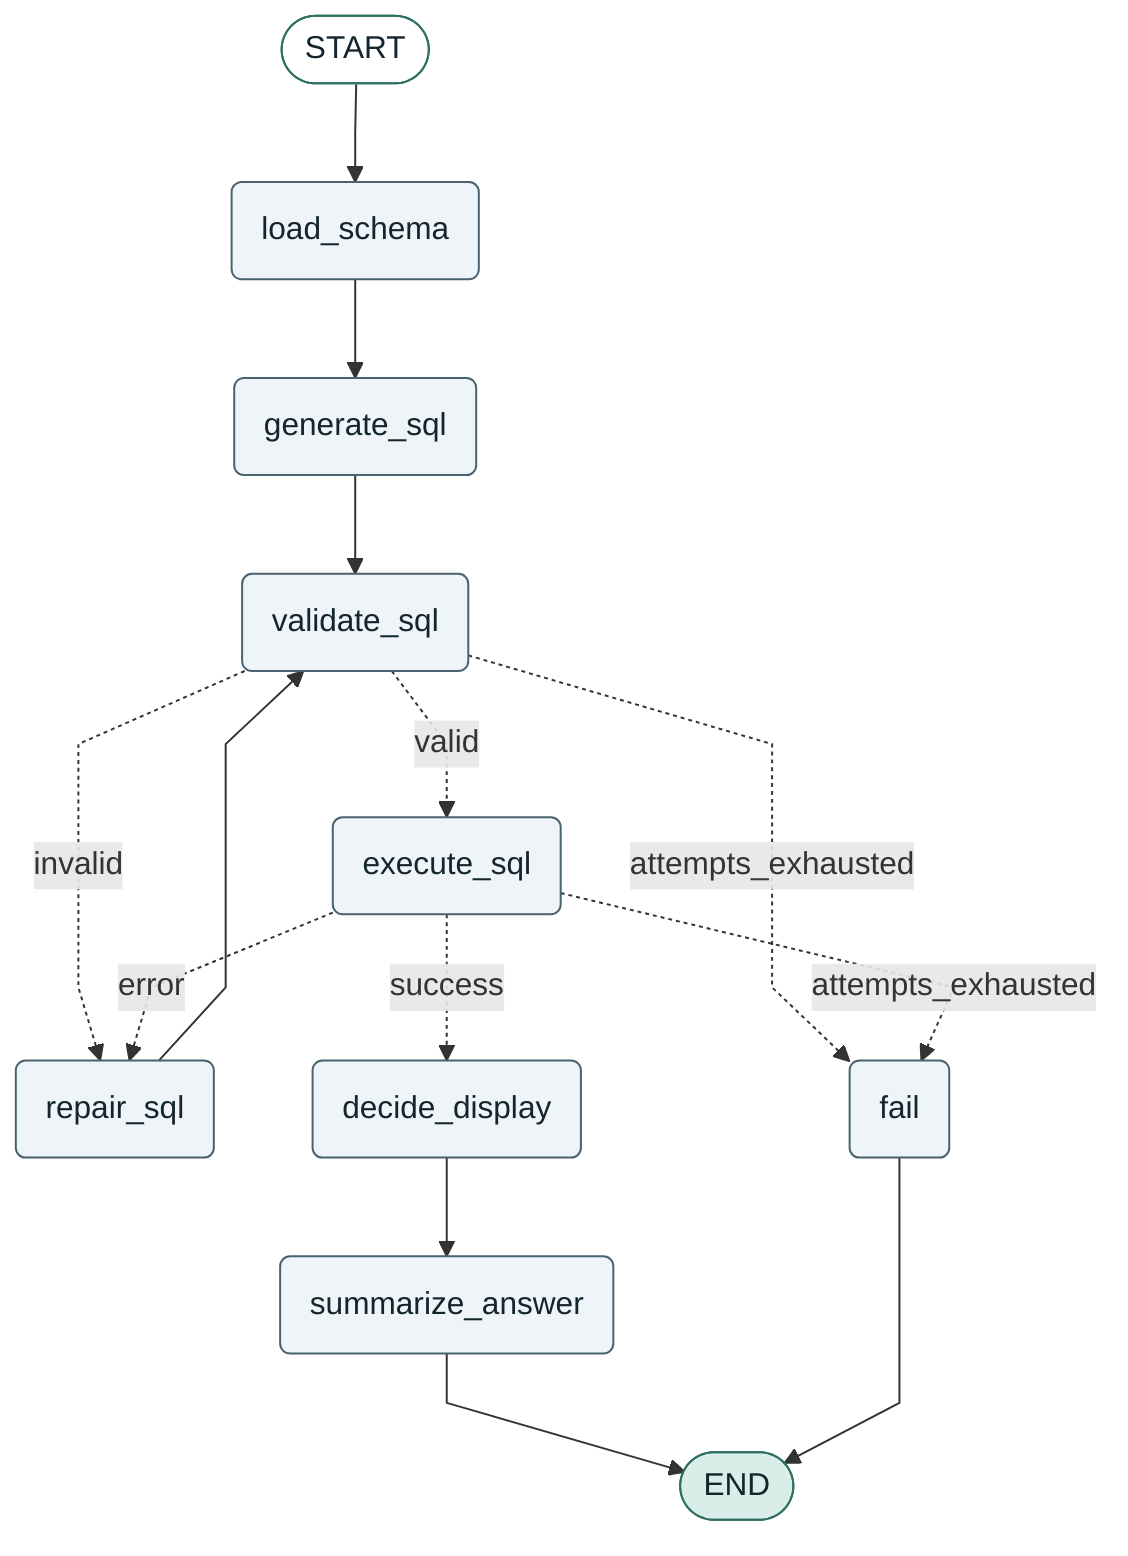
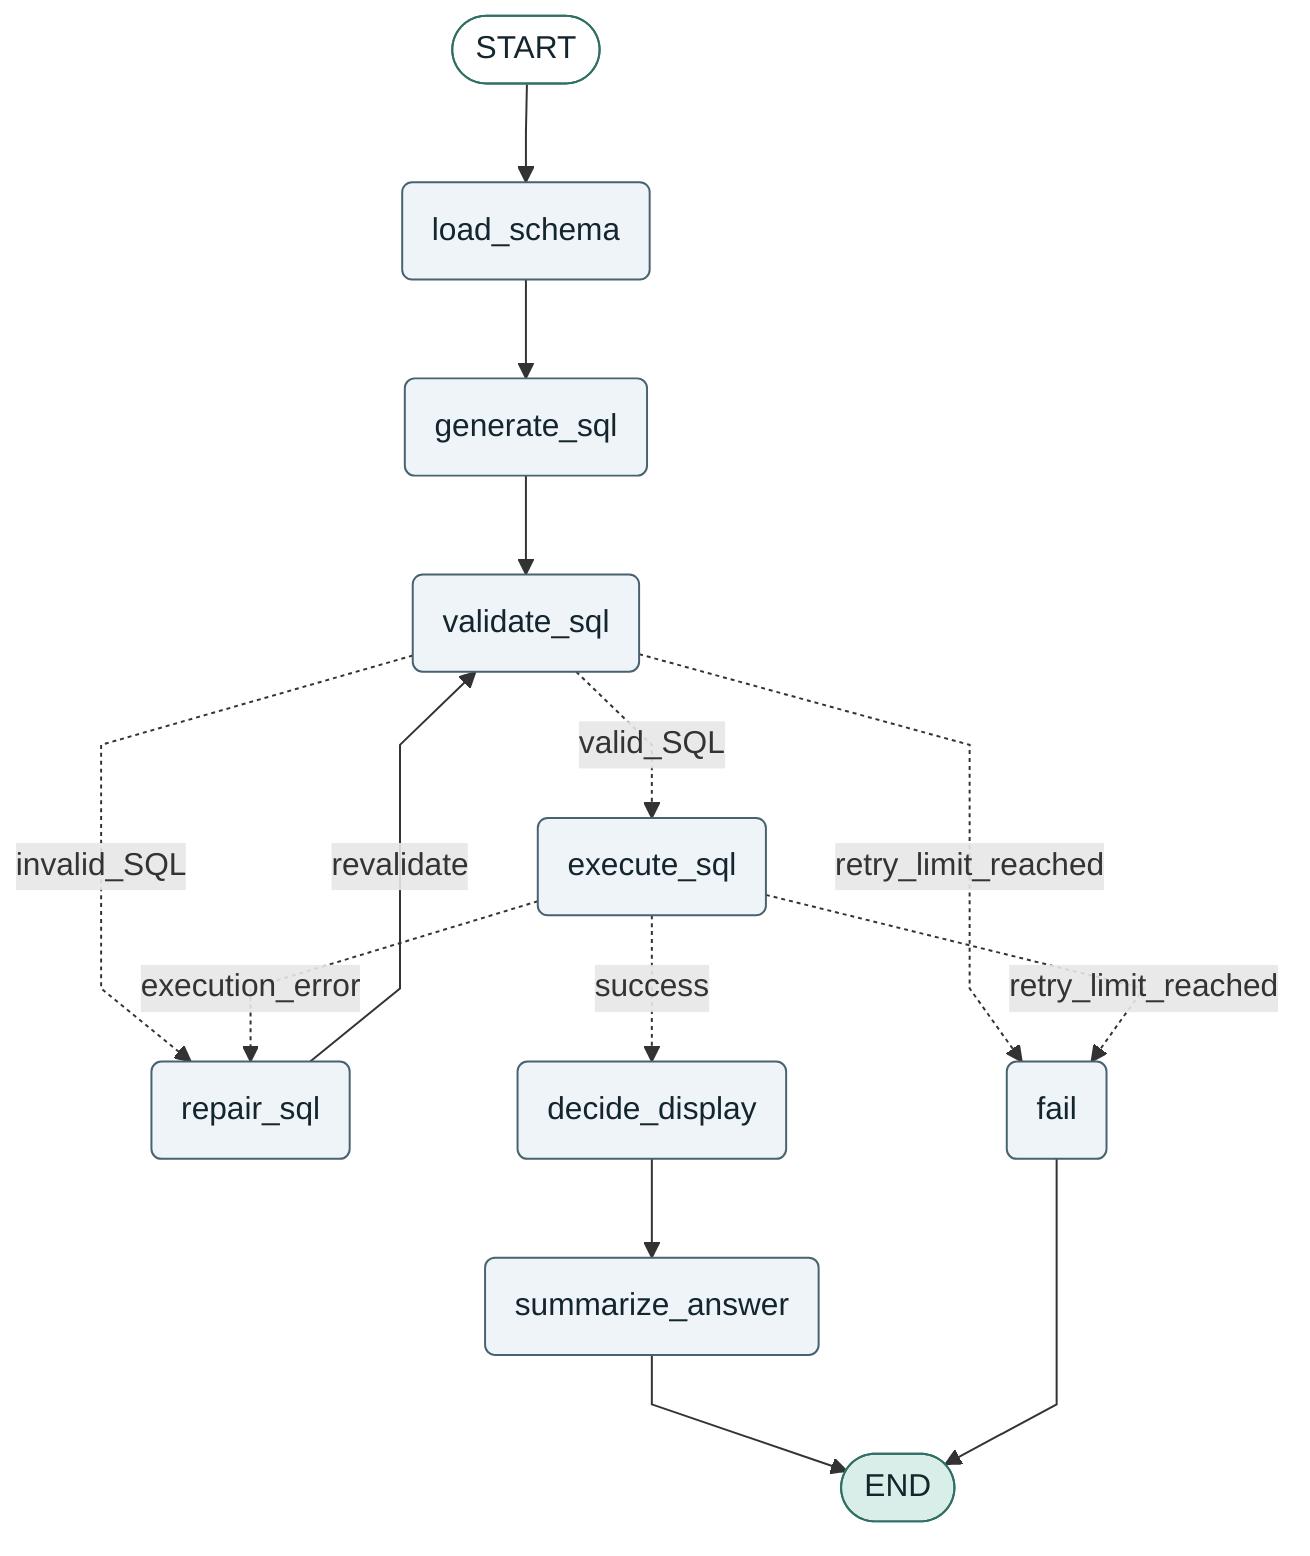
---
config:
  flowchart:
    curve: linear
---
graph TD;
    __start__([START]):::first
    load_schema(load_schema)
    generate_sql(generate_sql)
    validate_sql(validate_sql)
    repair_sql(repair_sql)
    execute_sql(execute_sql)
    decide_display(decide_display)
    summarize_answer(summarize_answer)
    fail(fail)
    __end__([END]):::last
    __start__ --> load_schema;
    load_schema --> generate_sql;
    generate_sql --> validate_sql;
-     validate_sql -. valid .-> execute_sql;
-     validate_sql -. invalid .-> repair_sql;
-     validate_sql -. attempts_exhausted .-> fail;
-     repair_sql --> validate_sql;
+     validate_sql -. valid_SQL .-> execute_sql;
+     validate_sql -. invalid_SQL .-> repair_sql;
+     validate_sql -. retry_limit_reached .-> fail;
+     repair_sql -->|revalidate| validate_sql;
    execute_sql -. success .-> decide_display;
-     execute_sql -. error .-> repair_sql;
-     execute_sql -. attempts_exhausted .-> fail;
+     execute_sql -. execution_error .-> repair_sql;
+     execute_sql -. retry_limit_reached .-> fail;
    decide_display --> summarize_answer;
    summarize_answer --> __end__;
    fail --> __end__;
    classDef default fill:#eef4f8,stroke:#486270,color:#14252e,line-height:1.2
    classDef first fill:#ffffff,stroke:#2f6f64,color:#14252e
    classDef last fill:#d9eee8,stroke:#2f6f64,color:#14252e
